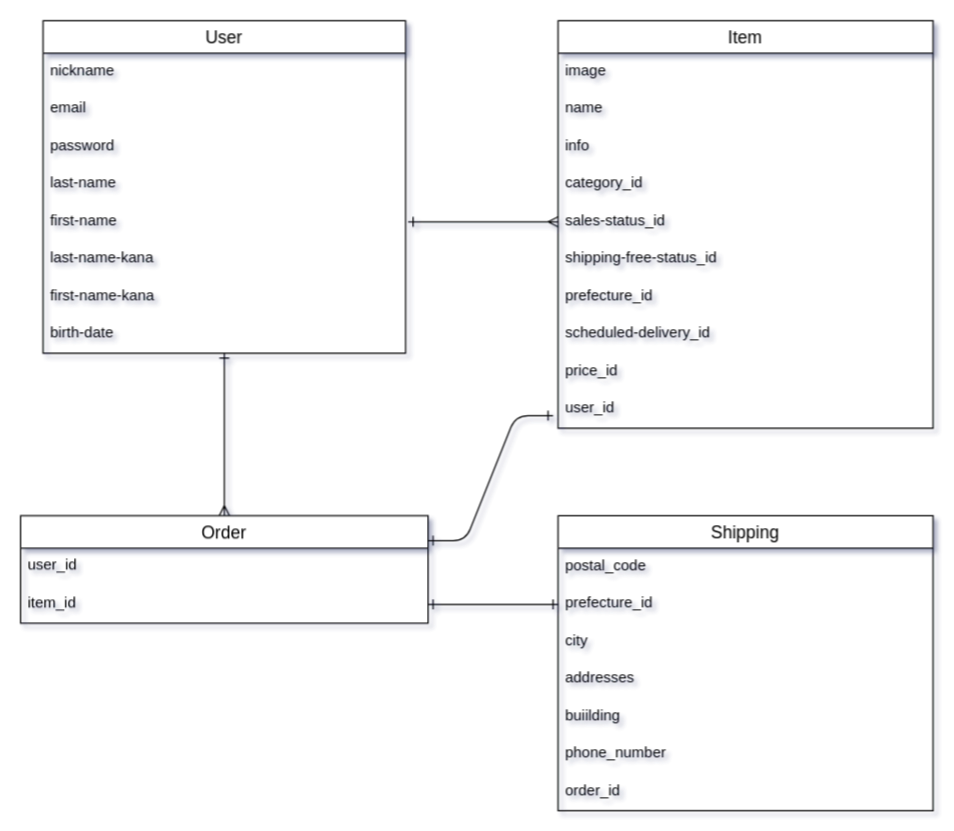
Above: frima.dio in saxtuchi/furima-38417 (draw.io), before the change. Source tidied: cells renumbered, new cells numbered last; positions are measured from the earlier drawing's top-left corner, leaving out a move shared by most shapes. Both pictures are drawn from the tidied source at 125%, with x=0, y=0 at pixel (20, 20).
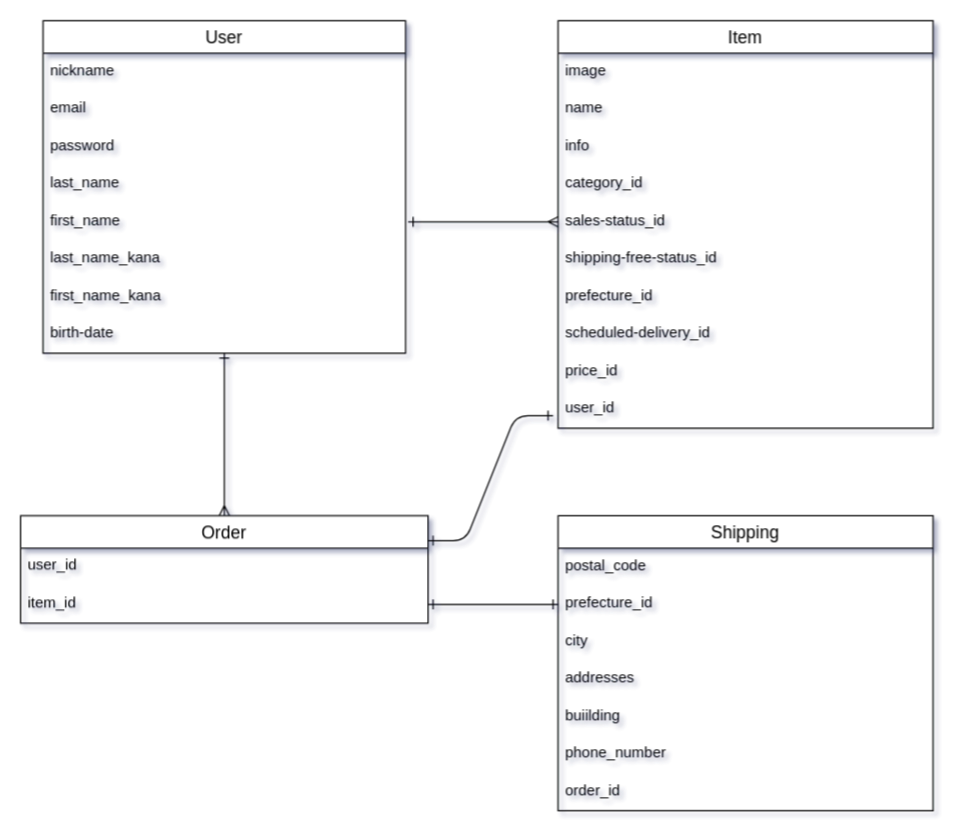
The same diagram, later.

The change refers to these unchanged cells:
```xml
<mxCell id="3" value="User" style="swimlane;fontStyle=0;horizontal=1;startSize=26;align=center;fontSize=14;" parent="1" vertex="1">
  <mxGeometry x="18" width="290" height="266" as="geometry" />
</mxCell>
```

The edit, as a diff of the source:
```diff
@@
-    <mxCell id="7" value="last-name" style="text;strokeColor=none;fillColor=none;spacingLeft=4;spacingRight=4;overflow=hidden;fontSize=12;" parent="3" vertex="1">
+    <mxCell id="7" value="last_name" style="text;strokeColor=none;fillColor=none;spacingLeft=4;spacingRight=4;overflow=hidden;fontSize=12;" parent="3" vertex="1">
       <mxGeometry y="116" width="290" height="30" as="geometry" />
     </mxCell>
-    <mxCell id="8" value="first-name" style="text;strokeColor=none;fillColor=none;spacingLeft=4;spacingRight=4;overflow=hidden;fontSize=12;" parent="3" vertex="1">
+    <mxCell id="8" value="first_name" style="text;strokeColor=none;fillColor=none;spacingLeft=4;spacingRight=4;overflow=hidden;fontSize=12;" parent="3" vertex="1">
       <mxGeometry y="146" width="290" height="30" as="geometry" />
     </mxCell>
-    <mxCell id="9" value="last-name-kana" style="text;strokeColor=none;fillColor=none;spacingLeft=4;spacingRight=4;overflow=hidden;fontSize=12;" parent="3" vertex="1">
+    <mxCell id="9" value="last_name_kana" style="text;strokeColor=none;fillColor=none;spacingLeft=4;spacingRight=4;overflow=hidden;fontSize=12;" parent="3" vertex="1">
       <mxGeometry y="176" width="290" height="30" as="geometry" />
     </mxCell>
-    <mxCell id="10" value="first-name-kana" style="text;strokeColor=none;fillColor=none;spacingLeft=4;spacingRight=4;overflow=hidden;fontSize=12;" parent="3" vertex="1">
+    <mxCell id="10" value="first_name_kana" style="text;strokeColor=none;fillColor=none;spacingLeft=4;spacingRight=4;overflow=hidden;fontSize=12;" parent="3" vertex="1">
       <mxGeometry y="206" width="290" height="30" as="geometry" />
     </mxCell>
```
